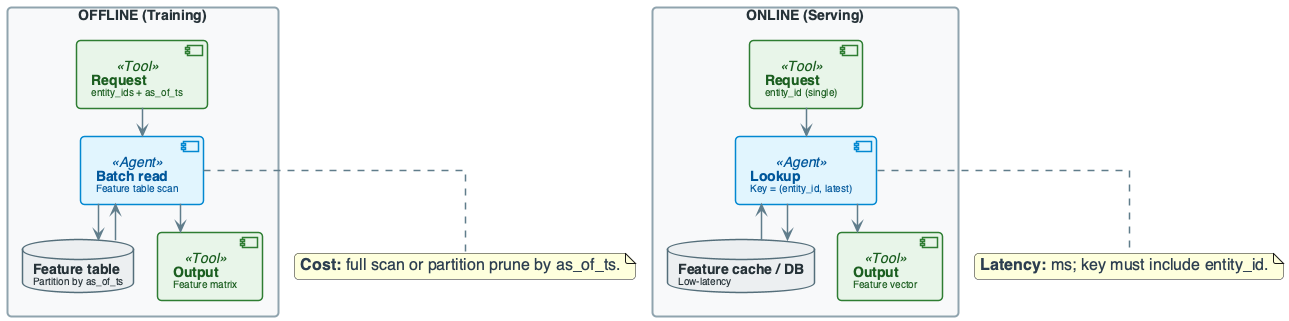
Before: diagrams/week11/week11_lecture_slide12_execution_flow.png, a diagram exported from PlantUML (OrPerets/data-engineering-course).
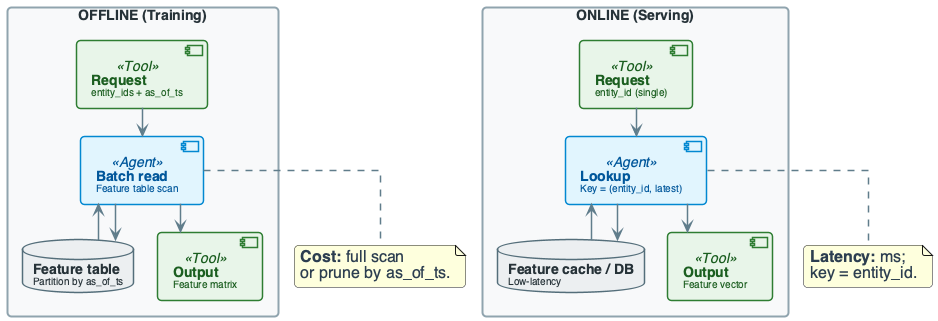
After the change.

Change to the diagram source:
```diff
@@ -142,7 +142,7 @@
 CACHE --> LOOKUP
 LOOKUP --> OUT2
 
-note bottom of BATCH : **Cost:** full scan or partition prune by as_of_ts.
-note bottom of LOOKUP : **Latency:** ms; key must include entity_id.
+note bottom of BATCH : **Cost:** full scan\nor prune by as_of_ts.
+note bottom of LOOKUP : **Latency:** ms;\nkey = entity_id.
 
 @enduml
```
